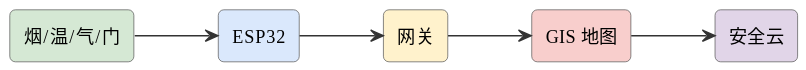
mingyi0818/IntelligentMcuCourse keeps this PlantUML diagram as assets/diagrams/ideas-fig116.svg. Above is the earlier version. The source it was exported from:
```plantuml
@startuml
skinparam defaultFontName "Microsoft YaHei"
skinparam rectangleRoundCorner 8
skinparam rectangleBorderColor #555
skinparam rectangleFontSize 13
skinparam arrowFontSize 11
skinparam arrowColor #333
left to right direction
rectangle "烟/温/气/门" as s #d5e8d4
rectangle "ESP32" as esp #dae8fc
rectangle "网关" as gw #fff2cc
rectangle "GIS 地图" as gis #f8cecc
rectangle "安全云" as cloud #e1d5e8
s --> esp
esp --> gw
gw --> gis
gis --> cloud
@enduml
```
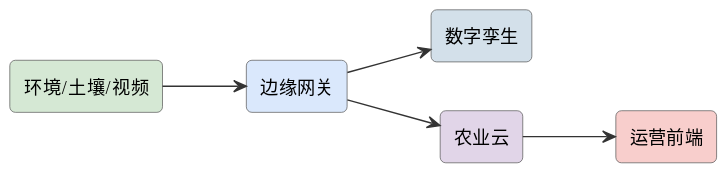
Above is the later version.

Diff of the diagram source:
```diff
@@ -6,13 +6,13 @@
 skinparam arrowFontSize 11
 skinparam arrowColor #333
 left to right direction
-rectangle "烟/温/气/门" as s #d5e8d4
-rectangle "ESP32" as esp #dae8fc
-rectangle "网关" as gw #fff2cc
-rectangle "GIS 地图" as gis #f8cecc
-rectangle "安全云" as cloud #e1d5e8
-s --> esp
-esp --> gw
-gw --> gis
-gis --> cloud
+rectangle "环境/土壤/视频" as s #d5e8d4
+rectangle "边缘网关" as edge #dae8fc
+rectangle "数字孪生" as tw #d3e0ea
+rectangle "农业云" as cloud #e1d5e8
+rectangle "运营前端" as ops #f8cecc
+s --> edge
+edge --> tw
+edge --> cloud
+cloud --> ops
 @enduml
```
